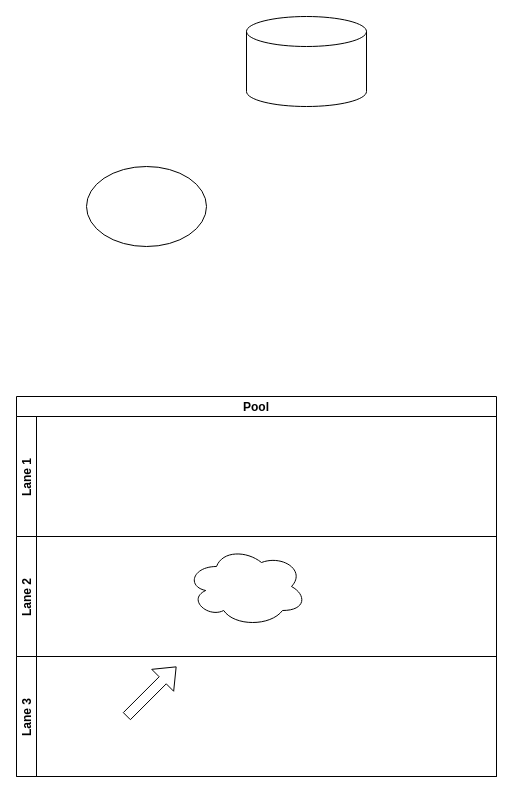
in7jhub/dalbusim_web keeps this draw.io diagram as 제목 없는 다이어그램.drawio. Above is the earlier version. Source tidied: cells renumbered, new cells numbered last; positions are measured from the earlier drawing's top-left corner, leaving out a move shared by most shapes. Both pictures are drawn from the tidied source at 100%, with x=0, y=0 at pixel (16, 16).
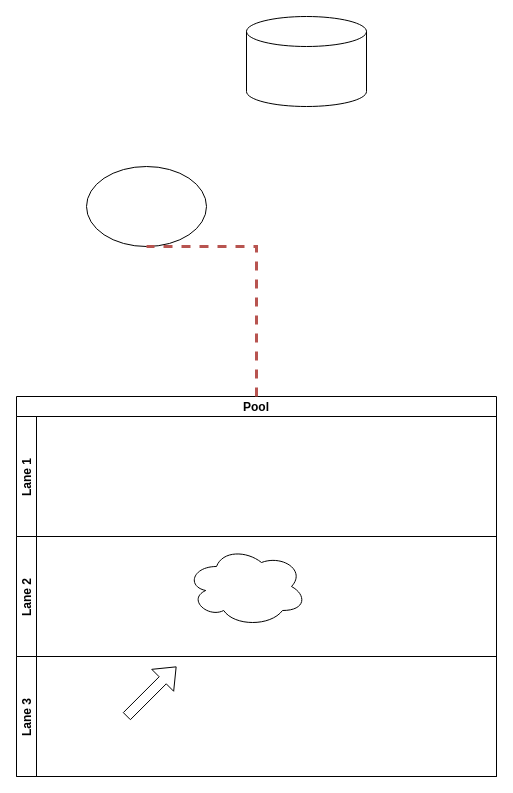
The same page after the edit.

Commit message:
제목 없는 다이어그램.drawio 업데이트

Change to the diagram source:
```diff
@@
 <mxGraphModel>
   <root>
     <mxCell id="0" />
     <mxCell id="1" parent="0" />
     <mxCell id="2" style="shape=flexArrow;endArrow=classic;html=1;rounded=0;" parent="1" edge="1">
       <mxGeometry relative="1" as="geometry">
         <mxPoint x="110" y="700" as="sourcePoint" />
         <mxPoint x="160" y="650" as="targetPoint" />
       </mxGeometry>
     </mxCell>
     <mxCell id="3" style="ellipse;shape=cloud;whiteSpace=wrap;html=1;" parent="1" vertex="1">
       <mxGeometry x="170" y="530" width="120" height="80" as="geometry" />
     </mxCell>
     <mxCell id="4" value="Pool" style="swimlane;horizontal=1;startSize=20;" parent="1" vertex="1">
       <mxGeometry y="380" width="480" height="380" as="geometry" />
     </mxCell>
     <mxCell id="5" value="Lane 1" style="swimlane;startSize=20;horizontal=0;" parent="4" vertex="1">
       <mxGeometry y="20" width="480" height="120" as="geometry" />
     </mxCell>
     <mxCell id="6" value="Lane 2" style="swimlane;startSize=20;horizontal=0;" parent="4" vertex="1">
       <mxGeometry y="140" width="480" height="120" as="geometry" />
     </mxCell>
     <mxCell id="7" value="Lane 3" style="swimlane;startSize=20;horizontal=0;" parent="4" vertex="1">
       <mxGeometry y="260" width="480" height="120" as="geometry" />
     </mxCell>
     <mxCell id="8" style="ellipse;whiteSpace=wrap;html=1;" parent="1" vertex="1">
       <mxGeometry x="70" y="150" width="120" height="80" as="geometry" />
     </mxCell>
     <mxCell id="9" style="shape=cylinder3;whiteSpace=wrap;html=1;boundedLbl=1;backgroundOutline=1;size=15;" parent="1" vertex="1">
       <mxGeometry x="230" width="120" height="90" as="geometry" />
     </mxCell>
+    <mxCell id="10" style="endArrow=none;dashed=1;html=1;rounded=0;entryX=0.5;entryY=1;entryDx=0;entryDy=0;exitX=0.5;exitY=0;exitDx=0;exitDy=0;targetPerimeterSpacing=4;sourcePerimeterSpacing=5;fillColor=#f8cecc;strokeColor=#b85450;shadow=0;strokeWidth=3;edgeStyle=elbowEdgeStyle;" parent="1" edge="1" source="4" target="8">
+      <mxGeometry relative="1" as="geometry">
+        <Array as="points">
+          <mxPoint x="240" y="300" />
+        </Array>
+      </mxGeometry>
+    </mxCell>
   </root>
 </mxGraphModel>
```
